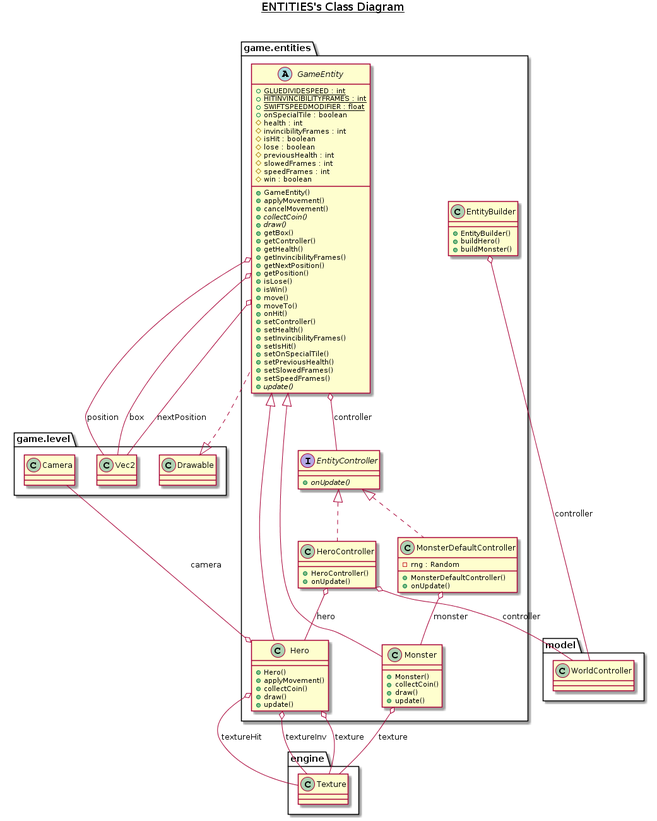
Bert54/ACL_2019_TP11_GROUPE3 keeps this PlantUML diagram as specs/game_entities_package_class_diagram.png. Above is the earlier version. Its diagram source:
```plantuml
@startuml
title __ENTITIES's Class Diagram__\n

  namespace game.entities {
    class game.entities.EntityBuilder {
        + EntityBuilder()
        + buildHero()
        + buildMonster()
    }
  }


  namespace game.entities {
    interface game.entities.EntityController {
        {abstract} + onUpdate()
    }
  }


  namespace game.entities {
    abstract class game.entities.GameEntity {
        {static} + GLUEDIVIDESPEED : int
        {static} + HITINVINCIBILITYFRAMES : int
        {static} + SWIFTSPEEDMODIFIER : float
        + onSpecialTile : boolean
        # health : int
        # invincibilityFrames : int
        # isHit : boolean
        # lose : boolean
        # previousHealth : int
        # slowedFrames : int
        # speedFrames : int
        # win : boolean
        + GameEntity()
        + applyMovement()
        + cancelMovement()
        {abstract} + collectCoin()
        {abstract} + draw()
        + getBox()
        + getController()
        + getHealth()
        + getInvincibilityFrames()
        + getNextPosition()
        + getPosition()
        + isLose()
        + isWin()
        + move()
        + moveTo()
        + onHit()
        + setController()
        + setHealth()
        + setInvincibilityFrames()
        + setIsHit()
        + setOnSpecialTile()
        + setPreviousHealth()
        + setSlowedFrames()
        + setSpeedFrames()
        {abstract} + update()
    }
  }


  namespace game.entities {
    class game.entities.Hero {
        + Hero()
        + applyMovement()
        + collectCoin()
        + draw()
        + update()
    }
  }


  namespace game.entities {
    class game.entities.HeroController {
        + HeroController()
        + onUpdate()
    }
  }


  namespace game.entities {
    class game.entities.Monster {
        + Monster()
        + collectCoin()
        + draw()
        + update()
    }
  }


  namespace game.entities {
    class game.entities.MonsterDefaultController {
        - rng : Random
        + MonsterDefaultController()
        + onUpdate()
    }
  }


  game.entities.EntityBuilder o-- model.WorldController : controller
  game.entities.GameEntity .up.|> game.level.Drawable
  game.entities.GameEntity o-- game.level.Vec2 : box
  game.entities.GameEntity o-- game.entities.EntityController : controller
  game.entities.GameEntity o-- game.level.Vec2 : nextPosition
  game.entities.GameEntity o-- game.level.Vec2 : position
  game.entities.Hero -up-|> game.entities.GameEntity
  game.entities.Hero o-- game.level.Camera : camera
  game.entities.Hero o-- engine.Texture : texture
  game.entities.Hero o-- engine.Texture : textureHit
  game.entities.Hero o-- engine.Texture : textureInv
  game.entities.HeroController .up.|> game.entities.EntityController
  game.entities.HeroController o-- model.WorldController : controller
  game.entities.HeroController o-- game.entities.Hero : hero
  game.entities.Monster -up-|> game.entities.GameEntity
  game.entities.Monster o-- engine.Texture : texture
  game.entities.MonsterDefaultController .up.|> game.entities.EntityController
  game.entities.MonsterDefaultController o-- game.entities.Monster : monster
@enduml
```
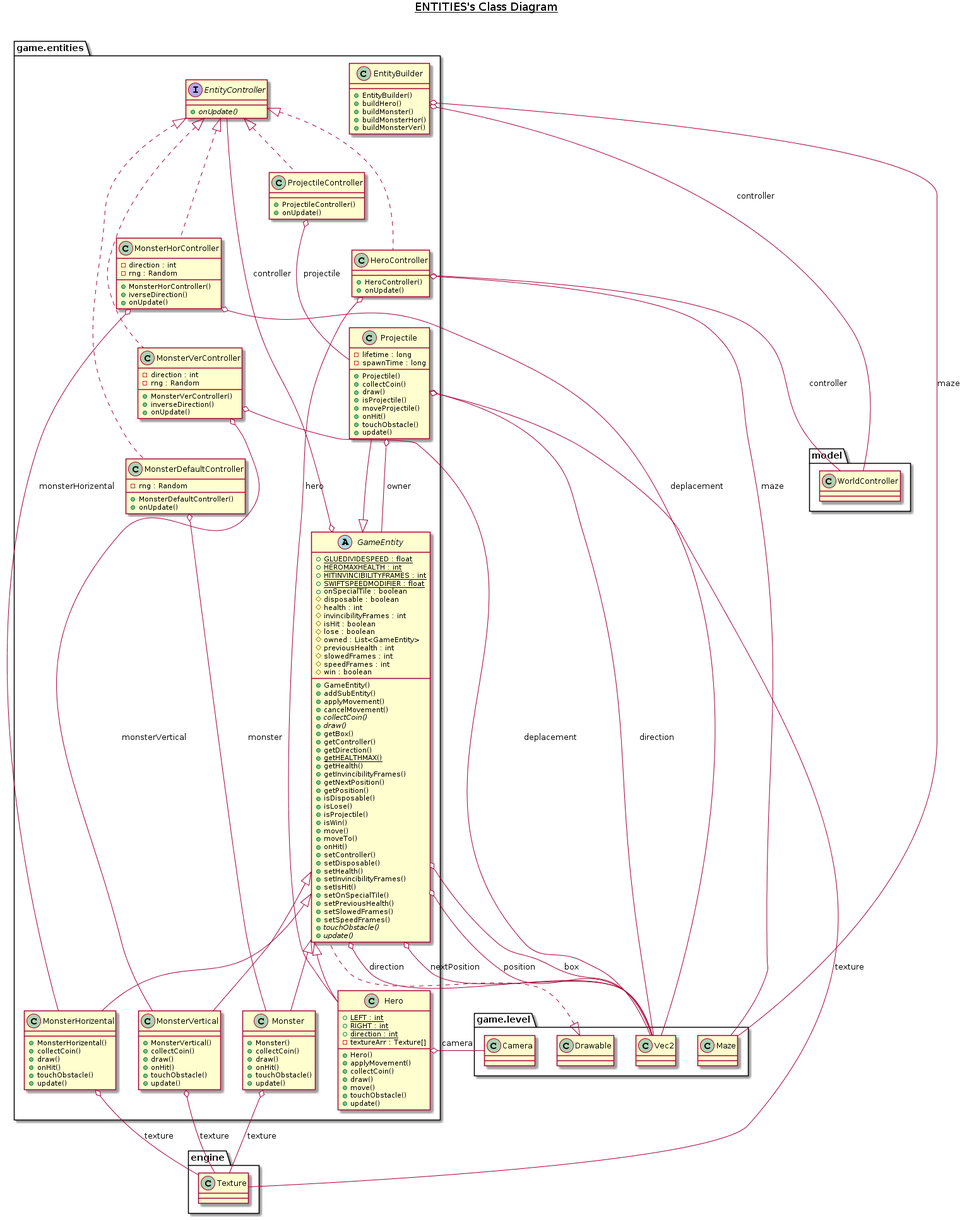
After the change.

Commit message:
class diagrams puml

The edit, as a diff of the source:
```diff
@@ -6,6 +6,8 @@
         + EntityBuilder()
         + buildHero()
         + buildMonster()
+        + buildMonsterHor()
+        + buildMonsterVer()
     }
   }
 
@@ -19,35 +21,44 @@
 
   namespace game.entities {
     abstract class game.entities.GameEntity {
-        {static} + GLUEDIVIDESPEED : int
+        {static} + GLUEDIVIDESPEED : float
+        {static} + HEROMAXHEALTH : int
         {static} + HITINVINCIBILITYFRAMES : int
         {static} + SWIFTSPEEDMODIFIER : float
         + onSpecialTile : boolean
+        # disposable : boolean
         # health : int
         # invincibilityFrames : int
         # isHit : boolean
         # lose : boolean
+        # owned : List<GameEntity>
         # previousHealth : int
         # slowedFrames : int
         # speedFrames : int
         # win : boolean
         + GameEntity()
+        + addSubEntity()
         + applyMovement()
         + cancelMovement()
         {abstract} + collectCoin()
         {abstract} + draw()
         + getBox()
         + getController()
+        + getDirection()
+        {static} + getHEALTHMAX()
         + getHealth()
         + getInvincibilityFrames()
         + getNextPosition()
         + getPosition()
+        + isDisposable()
         + isLose()
+        + isProjectile()
         + isWin()
         + move()
         + moveTo()
         + onHit()
         + setController()
+        + setDisposable()
         + setHealth()
         + setInvincibilityFrames()
         + setIsHit()
@@ -55,6 +66,7 @@
         + setPreviousHealth()
         + setSlowedFrames()
         + setSpeedFrames()
+        {abstract} + touchObstacle()
         {abstract} + update()
     }
   }
@@ -62,10 +74,16 @@
 
   namespace game.entities {
     class game.entities.Hero {
+        {static} + LEFT : int
+        {static} + RIGHT : int
+        {static} + direction : int
+        - textureArr : Texture[]
         + Hero()
         + applyMovement()
         + collectCoin()
         + draw()
+        + move()
+        + touchObstacle()
         + update()
     }
   }
@@ -84,6 +102,8 @@
         + Monster()
         + collectCoin()
         + draw()
+        + onHit()
+        + touchObstacle()
         + update()
     }
   }
@@ -98,22 +118,108 @@
   }
 
 
+  namespace game.entities {
+    class game.entities.MonsterHorController {
+        - direction : int
+        - rng : Random
+        + MonsterHorController()
+        + iverseDirection()
+        + onUpdate()
+    }
+  }
+
+
+  namespace game.entities {
+    class game.entities.MonsterHorizental {
+        + MonsterHorizental()
+        + collectCoin()
+        + draw()
+        + onHit()
+        + touchObstacle()
+        + update()
+    }
+  }
+
+
+  namespace game.entities {
+    class game.entities.MonsterVerController {
+        - direction : int
+        - rng : Random
+        + MonsterVerController()
+        + inverseDirection()
+        + onUpdate()
+    }
+  }
+
+
+  namespace game.entities {
+    class game.entities.MonsterVertical {
+        + MonsterVertical()
+        + collectCoin()
+        + draw()
+        + onHit()
+        + touchObstacle()
+        + update()
+    }
+  }
+
+
+  namespace game.entities {
+    class game.entities.Projectile {
+        - lifetime : long
+        - spawnTime : long
+        + Projectile()
+        + collectCoin()
+        + draw()
+        + isProjectile()
+        + moveProjectile()
+        + onHit()
+        + touchObstacle()
+        + update()
+    }
+  }
+
+
+  namespace game.entities {
+    class game.entities.ProjectileController {
+        + ProjectileController()
+        + onUpdate()
+    }
+  }
+
+
   game.entities.EntityBuilder o-- model.WorldController : controller
+  game.entities.EntityBuilder o-- game.level.Maze : maze
   game.entities.GameEntity .up.|> game.level.Drawable
   game.entities.GameEntity o-- game.level.Vec2 : box
   game.entities.GameEntity o-- game.entities.EntityController : controller
+  game.entities.GameEntity o-- game.level.Vec2 : direction
   game.entities.GameEntity o-- game.level.Vec2 : nextPosition
   game.entities.GameEntity o-- game.level.Vec2 : position
   game.entities.Hero -up-|> game.entities.GameEntity
   game.entities.Hero o-- game.level.Camera : camera
-  game.entities.Hero o-- engine.Texture : texture
-  game.entities.Hero o-- engine.Texture : textureHit
-  game.entities.Hero o-- engine.Texture : textureInv
   game.entities.HeroController .up.|> game.entities.EntityController
   game.entities.HeroController o-- model.WorldController : controller
   game.entities.HeroController o-- game.entities.Hero : hero
+  game.entities.HeroController o-- game.level.Maze : maze
   game.entities.Monster -up-|> game.entities.GameEntity
   game.entities.Monster o-- engine.Texture : texture
   game.entities.MonsterDefaultController .up.|> game.entities.EntityController
   game.entities.MonsterDefaultController o-- game.entities.Monster : monster
+  game.entities.MonsterHorController .up.|> game.entities.EntityController
+  game.entities.MonsterHorController o-- game.level.Vec2 : deplacement
+  game.entities.MonsterHorController o-- game.entities.MonsterHorizental : monsterHorizental
+  game.entities.MonsterHorizental -up-|> game.entities.GameEntity
+  game.entities.MonsterHorizental o-- engine.Texture : texture
+  game.entities.MonsterVerController .up.|> game.entities.EntityController
+  game.entities.MonsterVerController o-- game.level.Vec2 : deplacement
+  game.entities.MonsterVerController o-- game.entities.MonsterVertical : monsterVertical
+  game.entities.MonsterVertical -up-|> game.entities.GameEntity
+  game.entities.MonsterVertical o-- engine.Texture : texture
+  game.entities.Projectile -up-|> game.entities.GameEntity
+  game.entities.Projectile o-- game.level.Vec2 : direction
+  game.entities.Projectile o-- game.entities.GameEntity : owner
+  game.entities.Projectile o-- engine.Texture : texture
+  game.entities.ProjectileController .up.|> game.entities.EntityController
+  game.entities.ProjectileController o-- game.entities.Projectile : projectile
 @enduml
```
